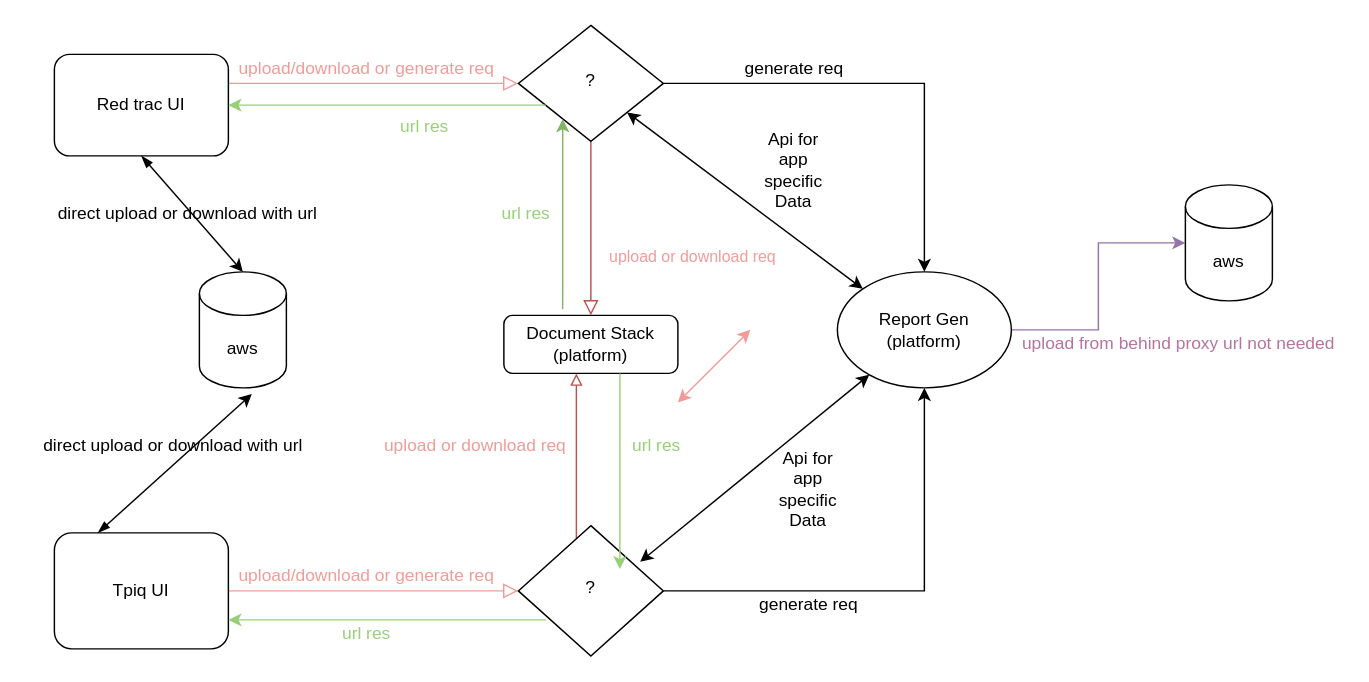
Above: Untitled Diagram.drawio in ZojitrA/diagrams (draw.io), before the change. Source tidied: cells renumbered, new cells numbered last; positions are measured from the earlier drawing's top-left corner, leaving out a move shared by most shapes. Both pictures are drawn from the tidied source at 145%, with x=0, y=0 at pixel (25, 25).
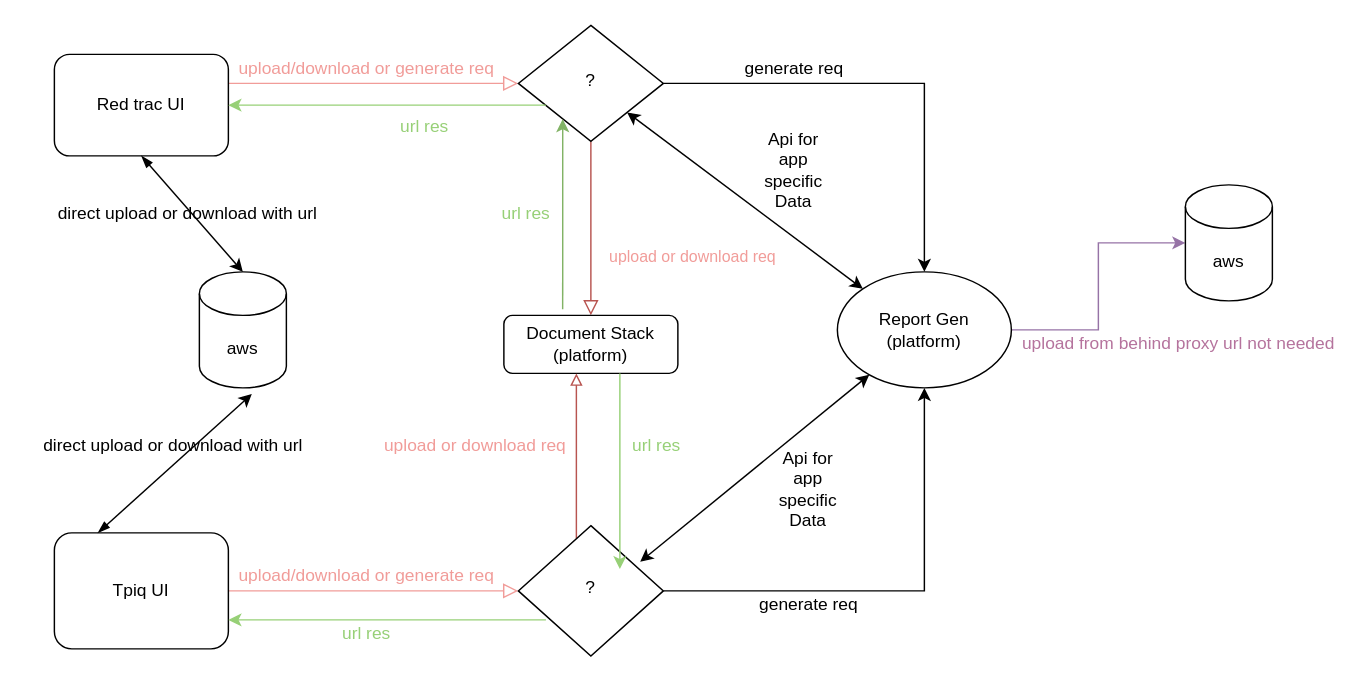
The same diagram, later.

Commit message:
possible future state

What changed in the source:
```diff
@@
-    <mxCell id="39" style="endArrow=classic;startArrow=classic;html=1;strokeColor=#F19C99;fontColor=#F19C99;" parent="1" edge="1">
-      <mxGeometry relative="1" as="geometry">
-        <mxPoint x="450" y="260" as="sourcePoint" />
-        <mxPoint x="500" y="210" as="targetPoint" />
-      </mxGeometry>
-    </mxCell>
```
